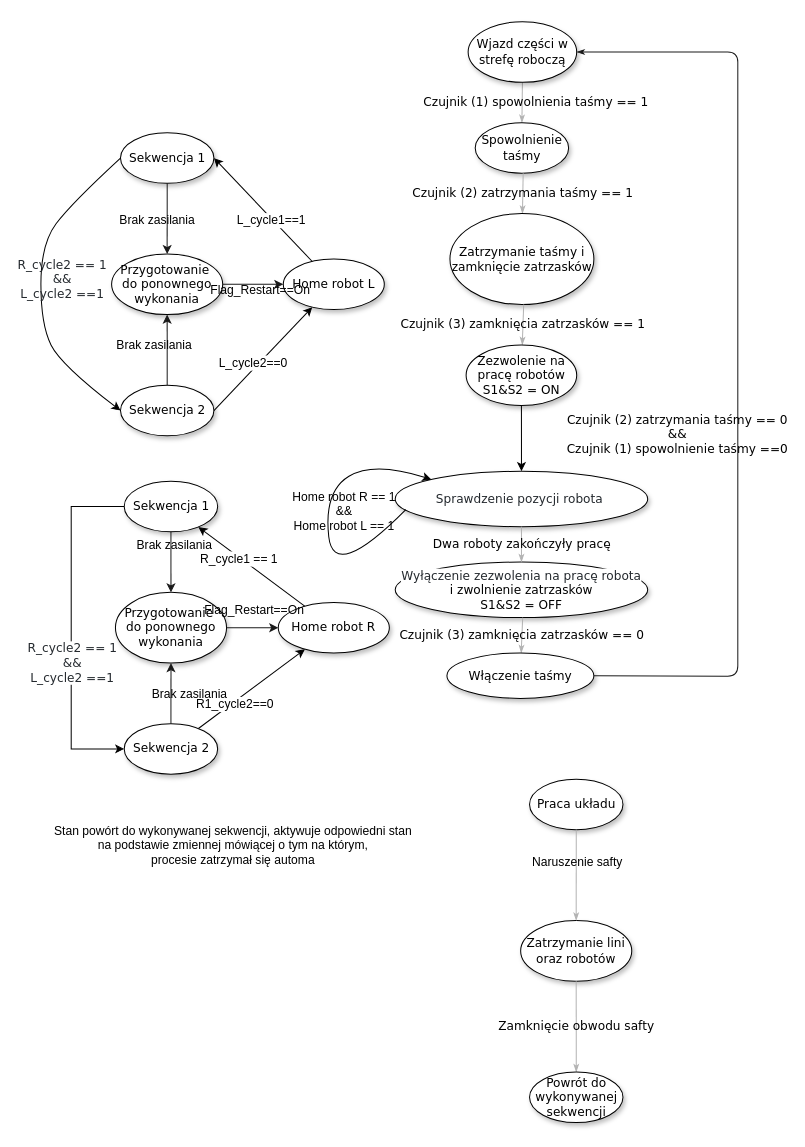
Before: additional_files/Graf_Safty_Edit.drawio in Jakub-Bielawski/P_TS, a draw.io diagram. Source tidied: cells renumbered, new cells numbered last; positions are measured from the earlier drawing's top-left corner, leaving out a move shared by most shapes. Both pictures are drawn from the tidied source at 101%, with x=0, y=0 at pixel (20, 21).
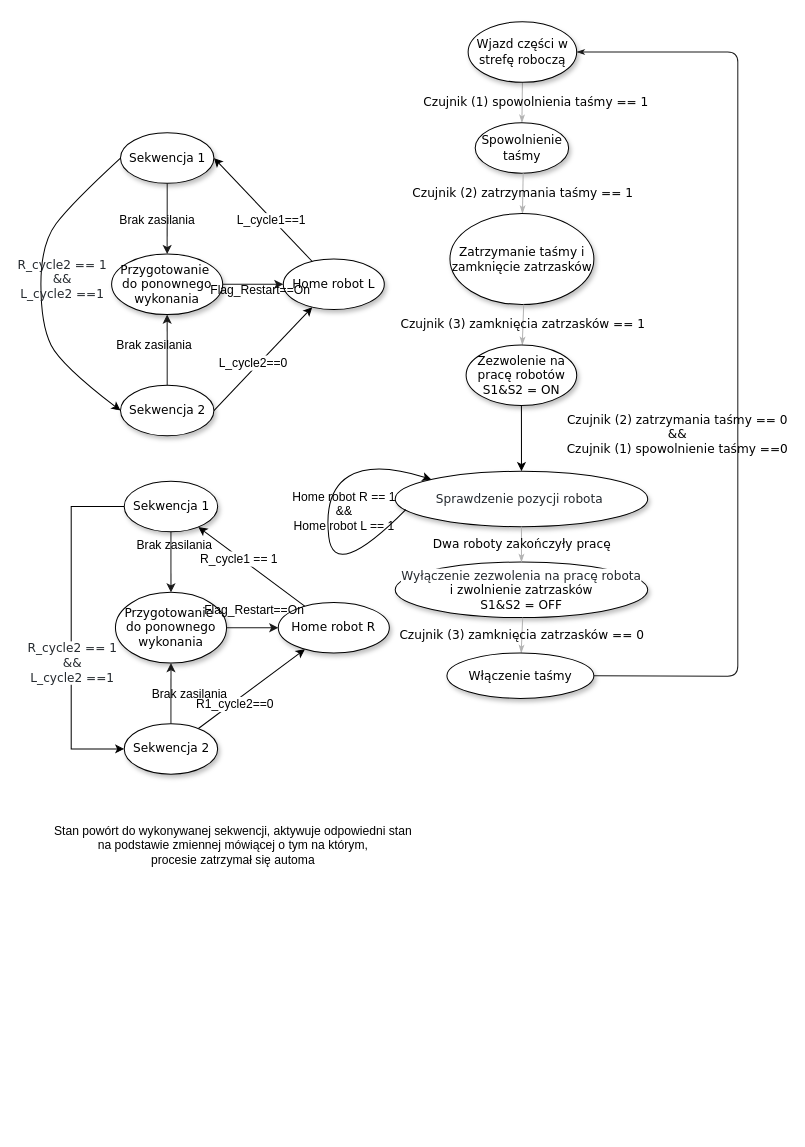
After the change.

What changed in the source:
```diff
@@
-    <mxCell id="36" value="&lt;span&gt;Praca układu&lt;/span&gt;" style="ellipse;whiteSpace=wrap;html=1;rounded=0;shadow=1;comic=0;labelBackgroundColor=none;strokeWidth=1;fontFamily=Verdana;fontSize=12;align=center;" parent="1" vertex="1">
-      <mxGeometry x="503.8" y="750" width="92.5" height="50" as="geometry" />
-    </mxCell>
-    <mxCell id="37" value="Zatrzymanie lini oraz robotów" style="ellipse;whiteSpace=wrap;html=1;rounded=0;shadow=1;comic=0;labelBackgroundColor=none;strokeWidth=1;fontFamily=Verdana;fontSize=12;align=center;" parent="1" vertex="1">
-      <mxGeometry x="495" y="890" width="110" height="60" as="geometry" />
-    </mxCell>
-    <mxCell id="38" style="edgeStyle=none;rounded=1;html=1;labelBackgroundColor=none;startArrow=none;startFill=0;startSize=5;endArrow=classicThin;endFill=1;endSize=5;jettySize=auto;strokeColor=#B3B3B3;strokeWidth=1;fontFamily=Verdana;fontSize=12;exitX=0.5;exitY=1;exitDx=0;exitDy=0;entryX=0.5;entryY=0;entryDx=0;entryDy=0;" parent="1" edge="1" source="36" target="37">
-      <mxGeometry relative="1" as="geometry" />
-    </mxCell>
-    <mxCell id="39" value="Naruszenie safty" style="text;html=1;align=center;verticalAlign=middle;labelBackgroundColor=none;" parent="38" vertex="1">
-      <mxGeometry x="-0.29" relative="1" as="geometry" />
-    </mxCell>
-    <mxCell id="40" value="Zamknięcie obwodu safty" style="edgeStyle=none;rounded=1;html=1;labelBackgroundColor=none;startArrow=none;startFill=0;startSize=5;endArrow=classicThin;endFill=1;endSize=5;jettySize=auto;strokeColor=#B3B3B3;strokeWidth=1;fontFamily=Verdana;fontSize=12;exitX=0.5;exitY=1;exitDx=0;exitDy=0;" parent="1" edge="1" source="37" target="41">
-      <mxGeometry relative="1" as="geometry" />
-    </mxCell>
-    <mxCell id="41" value="&lt;span&gt;Powrót do wykonywanej sekwencji&lt;/span&gt;" style="ellipse;whiteSpace=wrap;html=1;rounded=0;shadow=1;comic=0;labelBackgroundColor=none;strokeWidth=1;fontFamily=Verdana;fontSize=12;align=center;" parent="1" vertex="1">
-      <mxGeometry x="503.8" y="1040" width="92.5" height="50" as="geometry" />
-    </mxCell>
```
